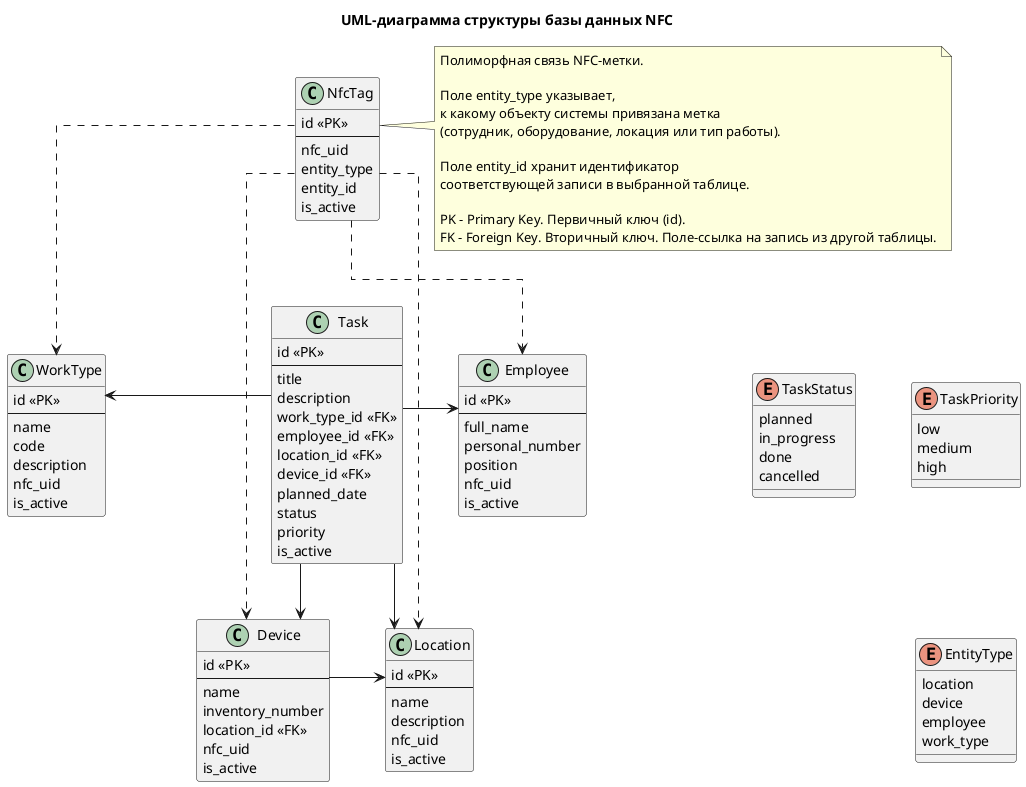
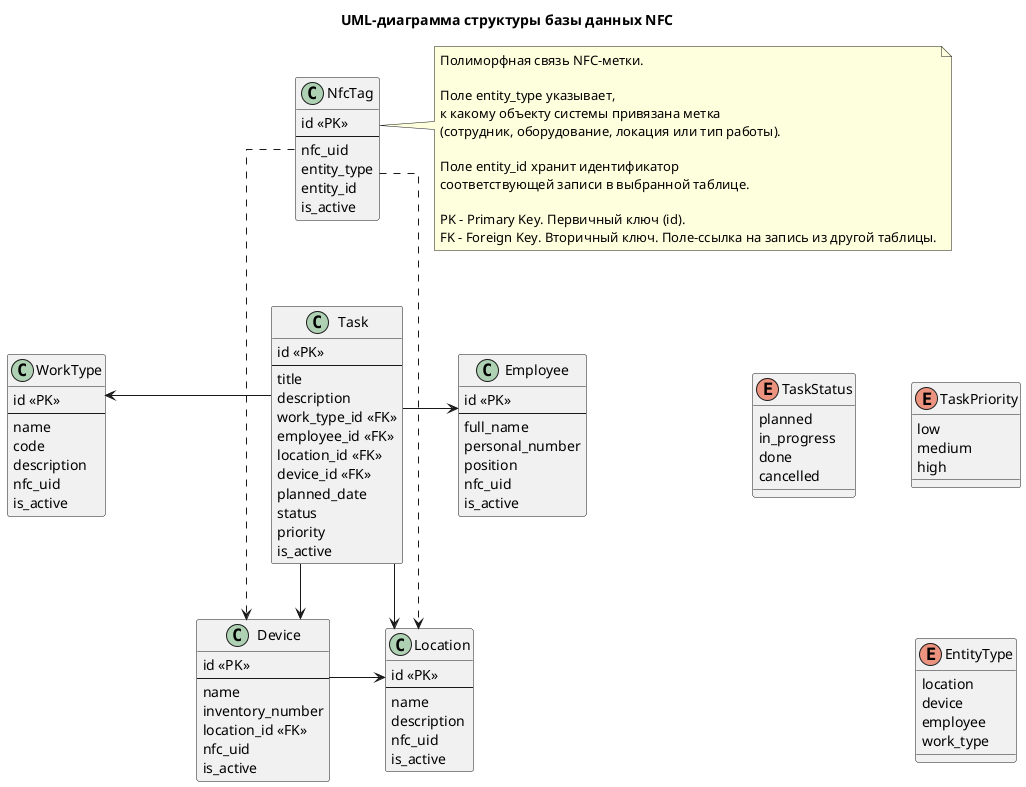
@startuml
title UML-диаграмма структуры базы данных NFC

top to bottom direction

skinparam classAttributeIconSize 0
skinparam linetype ortho
skinparam nodesep 55
skinparam ranksep 55

class NfcTag {
    id <<PK>>
    --
    nfc_uid
    entity_type
    entity_id
    is_active
}

class WorkType {
    id <<PK>>
    --
    name
    code
    description
    nfc_uid
    is_active
}

class Employee {
    id <<PK>>
    --
    full_name
    personal_number
    position
    nfc_uid
    is_active
}

class Task {
    id <<PK>>
    --
    title
    description
    work_type_id <<FK>>
    employee_id <<FK>>
    location_id <<FK>>
    device_id <<FK>>
    planned_date
    status
    priority
    is_active
}

class Device {
    id <<PK>>
    --
    name
    inventory_number
    location_id <<FK>>
    nfc_uid
    is_active
}

class Location {
    id <<PK>>
    --
    name
    description
    nfc_uid
    is_active
}

enum TaskStatus {
    planned
    in_progress
    done
    cancelled
}

enum TaskPriority {
    low
    medium
    high
}

enum EntityType {
    location
    device
    employee
    work_type
}

Task -left-> WorkType
Task -right-> Employee
Task -down-> Device
Task -down-> Location

- NfcTag ..> WorkType
- NfcTag ..> Employee
NfcTag ..> Device
NfcTag ..> Location

Device -right-> Location

note right of NfcTag
  Полиморфная связь NFC-метки.

  Поле entity_type указывает,
  к какому объекту системы привязана метка
  (сотрудник, оборудование, локация или тип работы).

  Поле entity_id хранит идентификатор
  соответствующей записи в выбранной таблице.

  PK - Primary Key. Первичный ключ (id).
  FK - Foreign Key. Вторичный ключ. Поле-ссылка на запись из другой таблицы.
end note

WorkType -[hidden]right-> Task
Task -[hidden]right-> Employee

Device -[hidden]right-> Location

NfcTag -[hidden]down-> Task
WorkType -[hidden]down-> Device
Employee -[hidden]down-> Location

TaskStatus -[hidden]right-> TaskPriority
TaskPriority -[hidden]down-> EntityType

Employee -[hidden]right-> TaskStatus

@enduml